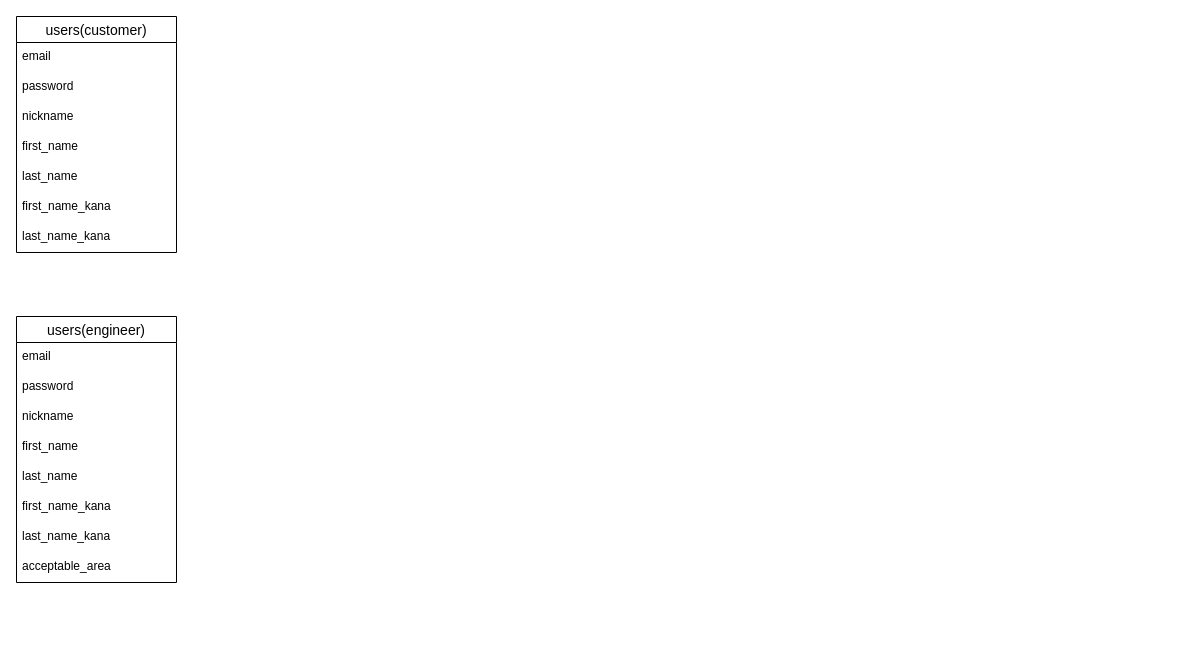
The draw.io diagram er.dio in ikun2019/exece_bridge, before the edit. Source tidied: cells renumbered, new cells numbered last; positions are measured from the earlier drawing's top-left corner, leaving out a move shared by most shapes. Both pictures are drawn from the tidied source at 100%, with x=0, y=0 at pixel (16, 16).
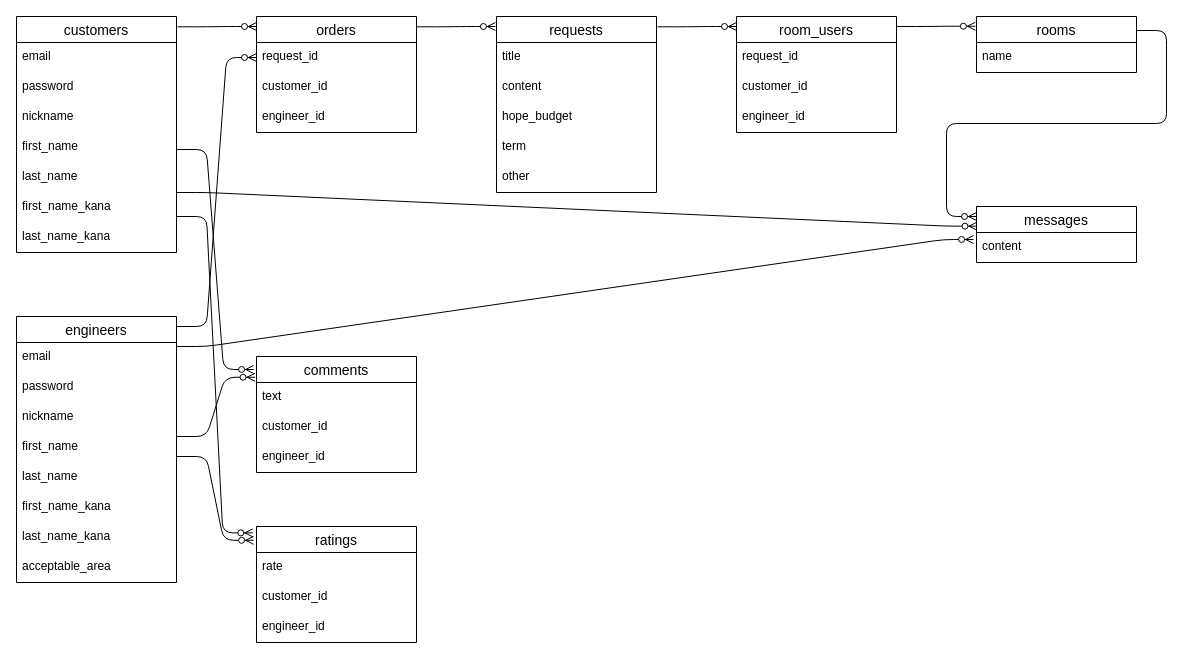
Above is the later version.

Commit message:
基本部分のER図

What changed in the source:
```diff
@@
-    <mxCell id="2" value="users(customer)" style="swimlane;fontStyle=0;horizontal=1;startSize=26;align=center;fontSize=14;" parent="1" vertex="1">
+    <mxCell id="2" value="customers" style="swimlane;fontStyle=0;horizontal=1;startSize=26;align=center;fontSize=14;" parent="1" vertex="1">
       <mxGeometry width="160" height="236" as="geometry" />
     </mxCell>
@@
-    <mxCell id="10" value="users(engineer)" style="swimlane;fontStyle=0;horizontal=1;startSize=26;align=center;fontSize=14;" parent="1" vertex="1">
+    <mxCell id="10" value="engineers" style="swimlane;fontStyle=0;horizontal=1;startSize=26;align=center;fontSize=14;" parent="1" vertex="1">
       <mxGeometry y="300" width="160" height="266" as="geometry" />
     </mxCell>
@@
+    <mxCell id="19" value="ratings" style="swimlane;fontStyle=0;horizontal=1;startSize=26;align=center;fontSize=14;" parent="1" vertex="1">
+      <mxGeometry x="240" y="510" width="160" height="116" as="geometry" />
+    </mxCell>
+    <mxCell id="20" value="rate" style="text;strokeColor=none;fillColor=none;spacingLeft=4;spacingRight=4;overflow=hidden;fontSize=12;" parent="19" vertex="1">
+      <mxGeometry y="26" width="160" height="30" as="geometry" />
+    </mxCell>
+    <mxCell id="21" value="customer_id" style="text;strokeColor=none;fillColor=none;spacingLeft=4;spacingRight=4;overflow=hidden;fontSize=12;" parent="19" vertex="1">
+      <mxGeometry y="56" width="160" height="30" as="geometry" />
+    </mxCell>
+    <mxCell id="22" value="engineer_id" style="text;strokeColor=none;fillColor=none;spacingLeft=4;spacingRight=4;overflow=hidden;fontSize=12;" parent="19" vertex="1">
+      <mxGeometry y="86" width="160" height="30" as="geometry" />
+    </mxCell>
+    <mxCell id="23" style="edgeStyle=entityRelationEdgeStyle;fontSize=12;html=1;endArrow=ERzeroToMany;endFill=1;entryX=-0.018;entryY=0.119;entryDx=0;entryDy=0;entryPerimeter=0;" parent="1" edge="1" target="19">
+      <mxGeometry relative="1" as="geometry">
+        <mxPoint x="160" y="440" as="sourcePoint" />
+      </mxGeometry>
+    </mxCell>
+    <mxCell id="24" value="comments" style="swimlane;fontStyle=0;horizontal=1;startSize=26;align=center;fontSize=14;" parent="1" vertex="1">
+      <mxGeometry x="240" y="340" width="160" height="116" as="geometry" />
+    </mxCell>
+    <mxCell id="25" value="text" style="text;strokeColor=none;fillColor=none;spacingLeft=4;spacingRight=4;overflow=hidden;fontSize=12;" parent="24" vertex="1">
+      <mxGeometry y="26" width="160" height="30" as="geometry" />
+    </mxCell>
+    <mxCell id="26" value="customer_id" style="text;strokeColor=none;fillColor=none;spacingLeft=4;spacingRight=4;overflow=hidden;fontSize=12;" parent="24" vertex="1">
+      <mxGeometry y="56" width="160" height="30" as="geometry" />
+    </mxCell>
+    <mxCell id="27" value="engineer_id" style="text;strokeColor=none;fillColor=none;spacingLeft=4;spacingRight=4;overflow=hidden;fontSize=12;" parent="24" vertex="1">
+      <mxGeometry y="86" width="160" height="30" as="geometry" />
+    </mxCell>
+    <mxCell id="28" style="edgeStyle=entityRelationEdgeStyle;fontSize=12;html=1;endArrow=ERzeroToMany;endFill=1;entryX=-0.009;entryY=0.179;entryDx=0;entryDy=0;entryPerimeter=0;" parent="1" edge="1" target="24">
+      <mxGeometry relative="1" as="geometry">
+        <mxPoint x="160" y="420" as="sourcePoint" />
+      </mxGeometry>
+    </mxCell>
+    <mxCell id="29" value="requests" style="swimlane;fontStyle=0;horizontal=1;startSize=26;align=center;fontSize=14;" parent="1" vertex="1">
+      <mxGeometry x="480" width="160" height="176" as="geometry" />
+    </mxCell>
+    <mxCell id="30" value="title" style="text;strokeColor=none;fillColor=none;spacingLeft=4;spacingRight=4;overflow=hidden;fontSize=12;" parent="29" vertex="1">
+      <mxGeometry y="26" width="160" height="30" as="geometry" />
+    </mxCell>
+    <mxCell id="31" value="content" style="text;strokeColor=none;fillColor=none;spacingLeft=4;spacingRight=4;overflow=hidden;fontSize=12;" parent="29" vertex="1">
+      <mxGeometry y="56" width="160" height="30" as="geometry" />
+    </mxCell>
+    <mxCell id="32" value="hope_budget" style="text;strokeColor=none;fillColor=none;spacingLeft=4;spacingRight=4;overflow=hidden;fontSize=12;" parent="29" vertex="1">
+      <mxGeometry y="86" width="160" height="30" as="geometry" />
+    </mxCell>
+    <mxCell id="33" value="term" style="text;strokeColor=none;fillColor=none;spacingLeft=4;spacingRight=4;overflow=hidden;fontSize=12;" parent="29" vertex="1">
+      <mxGeometry y="116" width="160" height="30" as="geometry" />
+    </mxCell>
+    <mxCell id="34" value="other" style="text;strokeColor=none;fillColor=none;spacingLeft=4;spacingRight=4;overflow=hidden;fontSize=12;" parent="29" vertex="1">
+      <mxGeometry y="146" width="160" height="30" as="geometry" />
+    </mxCell>
+    <mxCell id="35" value="room_users" style="swimlane;fontStyle=0;horizontal=1;startSize=26;align=center;fontSize=14;" parent="1" vertex="1">
+      <mxGeometry x="720" width="160" height="116" as="geometry" />
+    </mxCell>
+    <mxCell id="36" value="request_id" style="text;strokeColor=none;fillColor=none;spacingLeft=4;spacingRight=4;overflow=hidden;fontSize=12;" parent="35" vertex="1">
+      <mxGeometry y="26" width="160" height="30" as="geometry" />
+    </mxCell>
+    <mxCell id="37" value="customer_id" style="text;strokeColor=none;fillColor=none;spacingLeft=4;spacingRight=4;overflow=hidden;fontSize=12;" parent="35" vertex="1">
+      <mxGeometry y="56" width="160" height="30" as="geometry" />
+    </mxCell>
+    <mxCell id="38" value="engineer_id" style="text;strokeColor=none;fillColor=none;spacingLeft=4;spacingRight=4;overflow=hidden;fontSize=12;" parent="35" vertex="1">
+      <mxGeometry y="86" width="160" height="30" as="geometry" />
+    </mxCell>
+    <mxCell id="39" value="rooms" style="swimlane;fontStyle=0;horizontal=1;startSize=26;align=center;fontSize=14;" parent="1" vertex="1">
+      <mxGeometry x="960" width="160" height="56" as="geometry" />
+    </mxCell>
+    <mxCell id="40" value="name" style="text;strokeColor=none;fillColor=none;spacingLeft=4;spacingRight=4;overflow=hidden;fontSize=12;" parent="39" vertex="1">
+      <mxGeometry y="26" width="160" height="30" as="geometry" />
+    </mxCell>
+    <mxCell id="41" style="edgeStyle=entityRelationEdgeStyle;fontSize=12;html=1;endArrow=ERzeroToMany;endFill=1;entryX=-0.007;entryY=0.174;entryDx=0;entryDy=0;entryPerimeter=0;" parent="1" edge="1" target="39">
+      <mxGeometry relative="1" as="geometry">
+        <mxPoint x="880" y="10" as="sourcePoint" />
+      </mxGeometry>
+    </mxCell>
+    <mxCell id="42" style="edgeStyle=entityRelationEdgeStyle;fontSize=12;html=1;endArrow=ERzeroToMany;endFill=1;entryX=-0.007;entryY=0.174;entryDx=0;entryDy=0;entryPerimeter=0;" parent="1" edge="1">
+      <mxGeometry relative="1" as="geometry">
+        <mxPoint x="641.1" y="10.3" as="sourcePoint" />
+        <mxPoint x="720" y="10" as="targetPoint" />
+      </mxGeometry>
+    </mxCell>
+    <mxCell id="43" style="edgeStyle=entityRelationEdgeStyle;fontSize=12;html=1;endArrow=ERzeroToMany;endFill=1;entryX=-0.007;entryY=0.174;entryDx=0;entryDy=0;entryPerimeter=0;" parent="1" edge="1">
+      <mxGeometry relative="1" as="geometry">
+        <mxPoint x="161.1" y="10.3" as="sourcePoint" />
+        <mxPoint x="240" y="10" as="targetPoint" />
+      </mxGeometry>
+    </mxCell>
+    <mxCell id="44" value="messages" style="swimlane;fontStyle=0;horizontal=1;startSize=26;align=center;fontSize=14;" parent="1" vertex="1">
+      <mxGeometry x="960" y="190" width="160" height="56" as="geometry" />
+    </mxCell>
+    <mxCell id="45" value="content" style="text;strokeColor=none;fillColor=none;spacingLeft=4;spacingRight=4;overflow=hidden;points=[[0,0.5],[1,0.5]];portConstraint=eastwest;fontSize=12;" parent="44" vertex="1">
+      <mxGeometry y="26" width="160" height="30" as="geometry" />
+    </mxCell>
+    <mxCell id="46" style="edgeStyle=entityRelationEdgeStyle;fontSize=12;html=1;endArrow=ERzeroToMany;endFill=1;exitX=1;exitY=0.25;exitDx=0;exitDy=0;" parent="1" edge="1" source="39">
+      <mxGeometry relative="1" as="geometry">
+        <mxPoint x="960" y="200" as="targetPoint" />
+      </mxGeometry>
+    </mxCell>
+    <mxCell id="47" value="orders" style="swimlane;fontStyle=0;horizontal=1;startSize=26;align=center;fontSize=14;" parent="1" vertex="1">
+      <mxGeometry x="240" width="160" height="116" as="geometry" />
+    </mxCell>
+    <mxCell id="48" value="request_id" style="text;strokeColor=none;fillColor=none;spacingLeft=4;spacingRight=4;overflow=hidden;points=[[0,0.5],[1,0.5]];portConstraint=eastwest;fontSize=12;" parent="47" vertex="1">
+      <mxGeometry y="26" width="160" height="30" as="geometry" />
+    </mxCell>
+    <mxCell id="49" value="customer_id" style="text;strokeColor=none;fillColor=none;spacingLeft=4;spacingRight=4;overflow=hidden;fontSize=12;" parent="47" vertex="1">
+      <mxGeometry y="56" width="160" height="30" as="geometry" />
+    </mxCell>
+    <mxCell id="50" value="engineer_id" style="text;strokeColor=none;fillColor=none;spacingLeft=4;spacingRight=4;overflow=hidden;fontSize=12;" parent="47" vertex="1">
+      <mxGeometry y="86" width="160" height="30" as="geometry" />
+    </mxCell>
+    <mxCell id="51" style="edgeStyle=entityRelationEdgeStyle;fontSize=12;html=1;endArrow=ERzeroToMany;endFill=1;entryX=-0.007;entryY=0.174;entryDx=0;entryDy=0;entryPerimeter=0;" parent="1" edge="1">
+      <mxGeometry relative="1" as="geometry">
+        <mxPoint x="400" y="10.3" as="sourcePoint" />
+        <mxPoint x="478.9" y="10" as="targetPoint" />
+      </mxGeometry>
+    </mxCell>
+    <mxCell id="52" style="edgeStyle=entityRelationEdgeStyle;fontSize=12;html=1;endArrow=ERzeroToMany;endFill=1;entryX=0;entryY=0.5;entryDx=0;entryDy=0;" parent="1" edge="1" target="48">
+      <mxGeometry relative="1" as="geometry">
+        <mxPoint x="160" y="310" as="sourcePoint" />
+      </mxGeometry>
+    </mxCell>
+    <mxCell id="53" style="edgeStyle=entityRelationEdgeStyle;fontSize=12;html=1;endArrow=ERzeroToMany;endFill=1;entryX=-0.018;entryY=0.112;entryDx=0;entryDy=0;entryPerimeter=0;" parent="1" edge="1" target="24">
+      <mxGeometry relative="1" as="geometry">
+        <mxPoint x="160" y="133" as="sourcePoint" />
+      </mxGeometry>
+    </mxCell>
+    <mxCell id="54" style="edgeStyle=entityRelationEdgeStyle;fontSize=12;html=1;endArrow=ERzeroToMany;endFill=1;entryX=-0.023;entryY=0.055;entryDx=0;entryDy=0;entryPerimeter=0;" parent="1" edge="1" target="19">
+      <mxGeometry relative="1" as="geometry">
+        <mxPoint x="160" y="200" as="sourcePoint" />
+      </mxGeometry>
+    </mxCell>
+    <mxCell id="55" style="edgeStyle=entityRelationEdgeStyle;fontSize=12;html=1;endArrow=ERzeroToMany;endFill=1;entryX=0.003;entryY=0.351;entryDx=0;entryDy=0;entryPerimeter=0;" parent="1" edge="1" target="44">
+      <mxGeometry relative="1" as="geometry">
+        <mxPoint x="160" y="176" as="sourcePoint" />
+      </mxGeometry>
+    </mxCell>
+    <mxCell id="56" style="edgeStyle=entityRelationEdgeStyle;fontSize=12;html=1;endArrow=ERzeroToMany;endFill=1;entryX=-0.018;entryY=0.233;entryDx=0;entryDy=0;entryPerimeter=0;" parent="1" edge="1" target="45">
+      <mxGeometry relative="1" as="geometry">
+        <mxPoint x="160" y="330" as="sourcePoint" />
+      </mxGeometry>
+    </mxCell>
```
